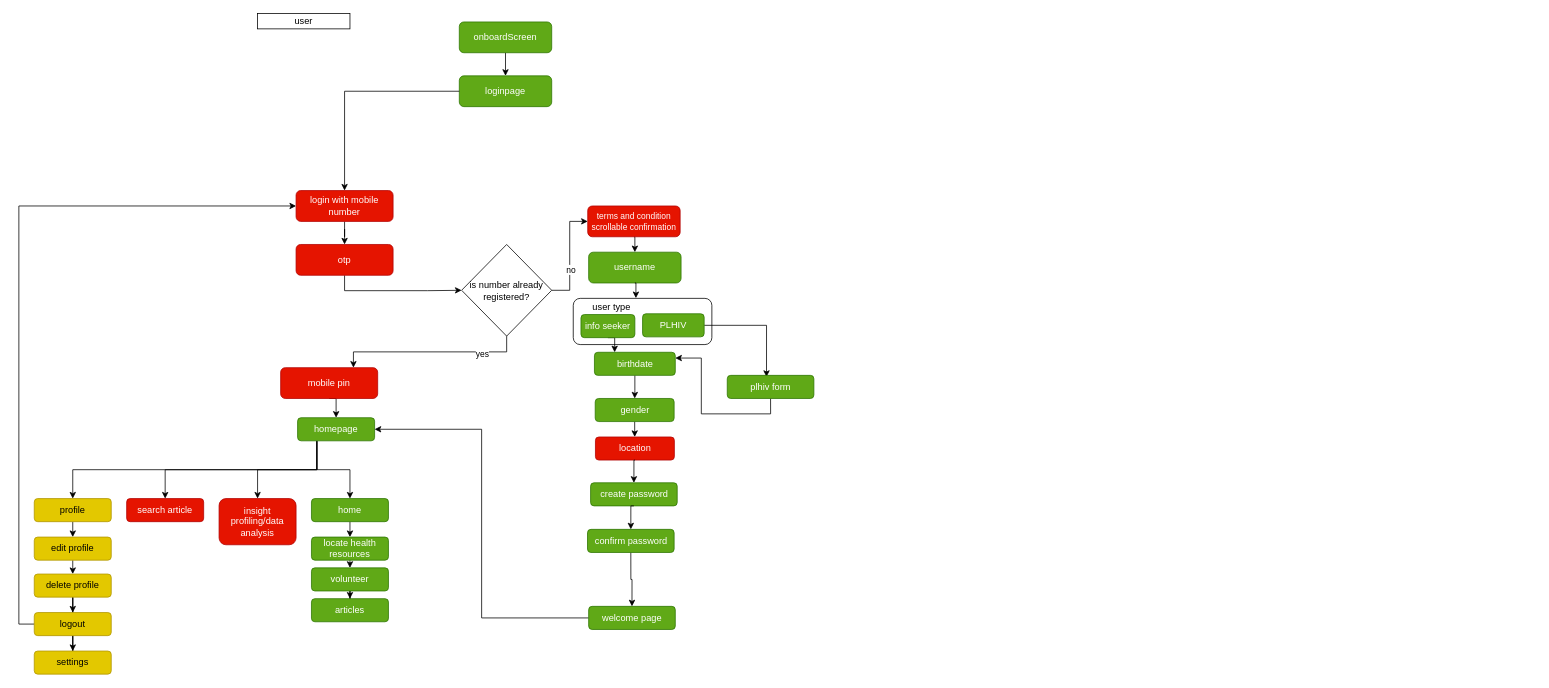
Earlier version of the draw.io diagram Untitled Diagram.drawio (tehnczon/projectecho2.0). Source tidied: cells renumbered, new cells numbered last; positions are measured from the earlier drawing's top-left corner, leaving out a move shared by most shapes. Both pictures are drawn from the tidied source at 77%, with x=0, y=0 at pixel (34, 13).
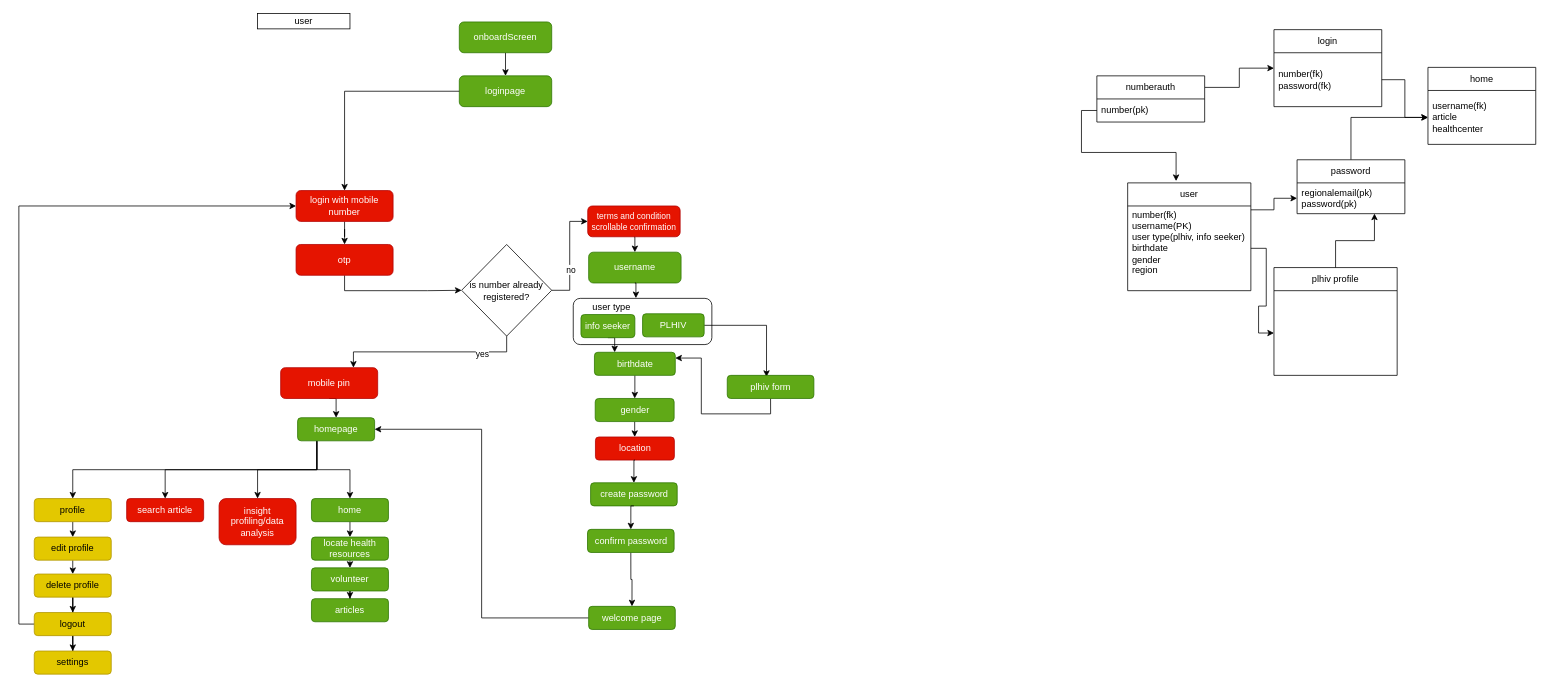
After the change.

What changed in the source:
```diff
@@
+    <mxCell id="67" style="edgeStyle=orthogonalEdgeStyle;rounded=0;jettySize=auto;html=1;exitX=1;exitY=0.25;exitDx=0;exitDy=0;" parent="1" edge="1" source="68" target="70">
+      <mxGeometry relative="1" as="geometry" />
+    </mxCell>
+    <mxCell id="68" value="numberauth" style="swimlane;fontStyle=0;horizontal=1;startSize=30;whiteSpace=wrap;html=1;" parent="1" vertex="1">
+      <mxGeometry x="1380" y="81" width="140" height="60" as="geometry" />
+    </mxCell>
+    <mxCell id="69" value="number(pk)" style="text;strokeColor=none;fillColor=none;align=left;verticalAlign=middle;spacingLeft=4;spacingRight=4;overflow=hidden;points=[[0,0.5],[1,0.5]];portConstraint=eastwest;whiteSpace=wrap;html=1;" parent="68" vertex="1">
+      <mxGeometry y="30" width="140" height="30" as="geometry" />
+    </mxCell>
+    <mxCell id="70" value="login" style="swimlane;fontStyle=0;horizontal=1;startSize=30;whiteSpace=wrap;html=1;" parent="1" vertex="1">
+      <mxGeometry x="1610" y="21" width="140" height="100" as="geometry" />
+    </mxCell>
+    <mxCell id="71" value="&lt;div&gt;number(fk)&lt;/div&gt;&lt;div&gt;password(fk)&lt;/div&gt;" style="text;strokeColor=none;fillColor=none;align=left;verticalAlign=middle;spacingLeft=4;spacingRight=4;overflow=hidden;points=[[0,0.5],[1,0.5]];portConstraint=eastwest;whiteSpace=wrap;html=1;" parent="70" vertex="1">
+      <mxGeometry y="30" width="140" height="70" as="geometry" />
+    </mxCell>
+    <mxCell id="72" style="edgeStyle=orthogonalEdgeStyle;rounded=0;jettySize=auto;html=1;exitX=1;exitY=0.25;exitDx=0;exitDy=0;entryX=0;entryY=0.5;entryDx=0;entryDy=0;" parent="1" edge="1" source="73" target="77">
+      <mxGeometry relative="1" as="geometry" />
+    </mxCell>
+    <mxCell id="73" value="user" style="swimlane;fontStyle=0;horizontal=1;startSize=30;whiteSpace=wrap;html=1;" parent="1" vertex="1">
+      <mxGeometry x="1420" y="220" width="160" height="140" as="geometry" />
+    </mxCell>
+    <mxCell id="74" value="&lt;div&gt;number(fk)&lt;/div&gt;&lt;div&gt;username(PK)&lt;/div&gt;&lt;div&gt;user type(plhiv, info seeker)&lt;/div&gt;&lt;div&gt;birthdate&lt;/div&gt;&lt;div&gt;gender&lt;/div&gt;&lt;div&gt;region&lt;/div&gt;&lt;div&gt;&lt;br&gt;&lt;/div&gt;" style="text;strokeColor=none;fillColor=none;align=left;verticalAlign=middle;spacingLeft=4;spacingRight=4;overflow=hidden;points=[[0,0.5],[1,0.5]];portConstraint=eastwest;whiteSpace=wrap;html=1;" parent="73" vertex="1">
+      <mxGeometry y="30" width="160" height="110" as="geometry" />
+    </mxCell>
+    <mxCell id="75" style="edgeStyle=orthogonalEdgeStyle;rounded=0;jettySize=auto;html=1;exitX=0.5;exitY=0;exitDx=0;exitDy=0;" parent="1" edge="1" source="76" target="80">
+      <mxGeometry relative="1" as="geometry" />
+    </mxCell>
+    <mxCell id="76" value="password" style="swimlane;fontStyle=0;horizontal=1;startSize=30;whiteSpace=wrap;html=1;" parent="1" vertex="1">
+      <mxGeometry x="1640" y="190" width="140" height="70" as="geometry" />
+    </mxCell>
+    <mxCell id="77" value="regionalemail(pk)&lt;div&gt;password(pk)&lt;/div&gt;" style="text;strokeColor=none;fillColor=none;align=left;verticalAlign=middle;spacingLeft=4;spacingRight=4;overflow=hidden;points=[[0,0.5],[1,0.5]];portConstraint=eastwest;whiteSpace=wrap;html=1;" parent="76" vertex="1">
+      <mxGeometry y="30" width="140" height="40" as="geometry" />
+    </mxCell>
+    <mxCell id="78" style="edgeStyle=orthogonalEdgeStyle;rounded=0;jettySize=auto;html=1;exitX=0;exitY=0.5;exitDx=0;exitDy=0;entryX=0.393;entryY=-0.017;entryDx=0;entryDy=0;entryPerimeter=0;" parent="1" edge="1" source="69" target="73">
+      <mxGeometry relative="1" as="geometry" />
+    </mxCell>
+    <mxCell id="79" value="home" style="swimlane;fontStyle=0;horizontal=1;startSize=30;whiteSpace=wrap;html=1;" parent="1" vertex="1">
+      <mxGeometry x="1810" y="70" width="140" height="100" as="geometry" />
+    </mxCell>
+    <mxCell id="80" value="&lt;div&gt;username(fk)&lt;/div&gt;&lt;div&gt;article&lt;/div&gt;&lt;div&gt;healthcenter&lt;/div&gt;" style="text;strokeColor=none;fillColor=none;align=left;verticalAlign=middle;spacingLeft=4;spacingRight=4;overflow=hidden;points=[[0,0.5],[1,0.5]];portConstraint=eastwest;whiteSpace=wrap;html=1;" parent="79" vertex="1">
+      <mxGeometry y="30" width="140" height="70" as="geometry" />
+    </mxCell>
+    <mxCell id="81" value="plhiv profile" style="swimlane;fontStyle=0;horizontal=1;startSize=30;whiteSpace=wrap;html=1;" parent="1" vertex="1">
+      <mxGeometry x="1610" y="330" width="160" height="140" as="geometry" />
+    </mxCell>
+    <mxCell id="82" value="&lt;br&gt;&lt;div&gt;&lt;br&gt;&lt;/div&gt;" style="text;strokeColor=none;fillColor=none;align=left;verticalAlign=middle;spacingLeft=4;spacingRight=4;overflow=hidden;points=[[0,0.5],[1,0.5]];portConstraint=eastwest;whiteSpace=wrap;html=1;" parent="81" vertex="1">
+      <mxGeometry y="30" width="160" height="110" as="geometry" />
+    </mxCell>
+    <mxCell id="83" style="edgeStyle=orthogonalEdgeStyle;rounded=0;jettySize=auto;html=1;exitX=1;exitY=0.5;exitDx=0;exitDy=0;" parent="1" edge="1" source="74" target="82">
+      <mxGeometry relative="1" as="geometry" />
+    </mxCell>
+    <mxCell id="84" style="edgeStyle=orthogonalEdgeStyle;rounded=0;jettySize=auto;html=1;exitX=0.5;exitY=0;exitDx=0;exitDy=0;entryX=0.718;entryY=0.996;entryDx=0;entryDy=0;entryPerimeter=0;" parent="1" edge="1" source="81" target="77">
+      <mxGeometry relative="1" as="geometry" />
+    </mxCell>
+    <mxCell id="85" style="edgeStyle=orthogonalEdgeStyle;rounded=0;jettySize=auto;html=1;exitX=1;exitY=0.5;exitDx=0;exitDy=0;entryX=0;entryY=0.5;entryDx=0;entryDy=0;" parent="1" edge="1" source="71" target="80">
+      <mxGeometry relative="1" as="geometry" />
+    </mxCell>
```
